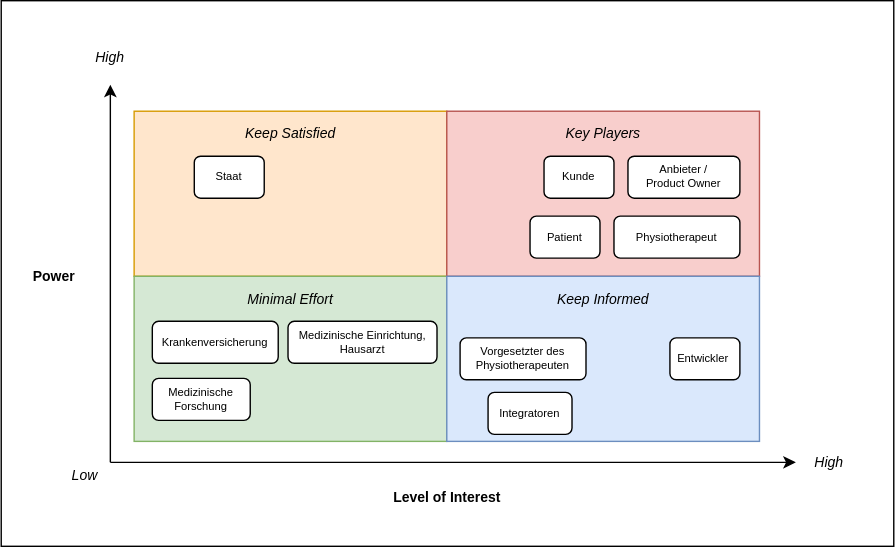
Earlier version of the draw.io export arc42_documentation/images/01_03_stakeholder-powergrid.drawio.svg (markuskaufmann/CAS_SA_Transfer). Source tidied: cells renumbered, new cells last; positions are measured from the earlier drawing's top-left corner, leaving out a move shared by most shapes. The source it was exported from:
```xml
<mxGraphModel>
  <root>
    <mxCell id="0" />
    <mxCell id="1" parent="0" />
    <mxCell id="2" style="rounded=0;whiteSpace=wrap;html=1;fontSize=10;" parent="1" vertex="1">
      <mxGeometry width="638" height="390" as="geometry" />
    </mxCell>
    <mxCell id="3" style="group;" parent="1" vertex="1">
      <mxGeometry x="8" y="25" width="609" height="345" as="geometry" />
    </mxCell>
    <mxCell id="4" style="endArrow=classic;html=1;rounded=0;strokeWidth=1;startArrow=none;startFill=0;endFill=1;" parent="3" edge="1">
      <mxGeometry relative="1" as="geometry">
        <mxPoint x="70" y="305" as="sourcePoint" />
        <mxPoint x="70" y="35" as="targetPoint" />
      </mxGeometry>
    </mxCell>
    <mxCell id="5" style="endArrow=classic;html=1;rounded=0;endFill=1;" parent="3" edge="1">
      <mxGeometry relative="1" as="geometry">
        <mxPoint x="70" y="305" as="sourcePoint" />
        <mxPoint x="560" y="305" as="targetPoint" />
      </mxGeometry>
    </mxCell>
    <mxCell id="6" value="Level of Interest" style="text;html=1;strokeColor=none;fillColor=none;align=center;verticalAlign=middle;whiteSpace=wrap;rounded=0;fontSize=10;fontStyle=1;" parent="3" vertex="1">
      <mxGeometry x="241.5" y="315" width="138" height="30" as="geometry" />
    </mxCell>
    <mxCell id="7" value="Power" style="text;html=1;strokeColor=none;fillColor=none;align=center;verticalAlign=middle;whiteSpace=wrap;rounded=0;fontSize=10;fontStyle=1;" parent="3" vertex="1">
      <mxGeometry y="157" width="60" height="30" as="geometry" />
    </mxCell>
    <mxCell id="8" value="Low" style="text;html=1;strokeColor=none;fillColor=none;align=center;verticalAlign=middle;whiteSpace=wrap;rounded=0;fontSize=10;fontStyle=2;" parent="3" vertex="1">
      <mxGeometry x="27" y="299" width="50" height="30" as="geometry" />
    </mxCell>
    <mxCell id="9" value="High" style="text;html=1;strokeColor=none;fillColor=none;align=center;verticalAlign=middle;whiteSpace=wrap;rounded=0;fontSize=10;fontStyle=2;" parent="3" vertex="1">
      <mxGeometry x="45" width="50" height="30" as="geometry" />
    </mxCell>
    <mxCell id="10" value="High" style="text;html=1;strokeColor=none;fillColor=none;align=center;verticalAlign=middle;whiteSpace=wrap;rounded=0;fontSize=10;fontStyle=2;" parent="3" vertex="1">
      <mxGeometry x="559" y="295" width="50" height="20" as="geometry" />
    </mxCell>
    <mxCell id="11" style="group;" parent="1" vertex="1">
      <mxGeometry x="95" y="79" width="473" height="236" as="geometry" />
    </mxCell>
    <mxCell id="12" style="rounded=0;whiteSpace=wrap;html=1;fillColor=#ffe6cc;strokeColor=#d79b00;" parent="11" vertex="1">
      <mxGeometry width="223.5" height="118" as="geometry" />
    </mxCell>
    <mxCell id="13" style="rounded=0;whiteSpace=wrap;html=1;fillColor=#d5e8d4;strokeColor=#82b366;" parent="11" vertex="1">
      <mxGeometry y="118" width="223.5" height="118" as="geometry" />
    </mxCell>
    <mxCell id="14" style="rounded=0;whiteSpace=wrap;html=1;fillColor=#f8cecc;strokeColor=#b85450;" parent="11" vertex="1">
      <mxGeometry x="223.5" width="223.5" height="118" as="geometry" />
    </mxCell>
    <mxCell id="15" style="rounded=0;whiteSpace=wrap;html=1;fillColor=#dae8fc;strokeColor=#6c8ebf;" parent="11" vertex="1">
      <mxGeometry x="223.5" y="118" width="223.5" height="118" as="geometry" />
    </mxCell>
    <mxCell id="16" value="Keep Satisfied" style="text;html=1;strokeColor=none;fillColor=none;align=center;verticalAlign=middle;whiteSpace=wrap;rounded=0;fontSize=10;fontStyle=2;" parent="11" vertex="1">
      <mxGeometry x="66.8" width="90" height="32.2" as="geometry" />
    </mxCell>
    <mxCell id="17" value="Key Players" style="text;html=1;strokeColor=none;fillColor=none;align=center;verticalAlign=middle;whiteSpace=wrap;rounded=0;fontSize=10;fontStyle=2;" parent="11" vertex="1">
      <mxGeometry x="297" width="76.5" height="32.2" as="geometry" />
    </mxCell>
    <mxCell id="18" value="Minimal Effort" style="text;html=1;strokeColor=none;fillColor=none;align=center;verticalAlign=middle;whiteSpace=wrap;rounded=0;fontSize=10;fontStyle=2;" parent="11" vertex="1">
      <mxGeometry x="68" y="118" width="87.5" height="32.2" as="geometry" />
    </mxCell>
    <mxCell id="19" value="Keep Informed" style="text;html=1;strokeColor=none;fillColor=none;align=center;verticalAlign=middle;whiteSpace=wrap;rounded=0;fontSize=10;fontStyle=2;" parent="11" vertex="1">
      <mxGeometry x="292" y="118" width="86.5" height="32.2" as="geometry" />
    </mxCell>
    <mxCell id="20" value="Physiotherapeut" style="rounded=1;fontSize=8;html=1;whiteSpace=wrap;" parent="11" vertex="1">
      <mxGeometry x="343" y="75" width="90" height="30" as="geometry" />
    </mxCell>
    <mxCell id="21" value="Kunde" style="rounded=1;fontSize=8;html=1;whiteSpace=wrap;" parent="11" vertex="1">
      <mxGeometry x="293" y="32.2" width="50" height="30" as="geometry" />
    </mxCell>
    <mxCell id="22" value="Vorgesetzter des&lt;br&gt;Physiotherapeuten" style="rounded=1;fontSize=8;html=1;whiteSpace=wrap;" parent="11" vertex="1">
      <mxGeometry x="233" y="162" width="90" height="30" as="geometry" />
    </mxCell>
    <mxCell id="23" value="Staat" style="rounded=1;fontSize=8;html=1;whiteSpace=wrap;" parent="11" vertex="1">
      <mxGeometry x="43" y="32.2" width="50" height="30" as="geometry" />
    </mxCell>
    <mxCell id="24" value="Krankenversicherung" style="rounded=1;fontSize=8;html=1;whiteSpace=wrap;" parent="11" vertex="1">
      <mxGeometry x="13" y="150.2" width="90" height="30" as="geometry" />
    </mxCell>
    <mxCell id="25" value="Medizinische&lt;br&gt;Forschung" style="rounded=1;fontSize=8;html=1;whiteSpace=wrap;" parent="11" vertex="1">
      <mxGeometry x="13" y="191" width="70" height="30" as="geometry" />
    </mxCell>
    <mxCell id="26" value="Entwickler " style="rounded=1;fontSize=8;html=1;whiteSpace=wrap;" parent="11" vertex="1">
      <mxGeometry x="383" y="162" width="50" height="30" as="geometry" />
    </mxCell>
    <mxCell id="27" value="Integratoren" style="rounded=1;fontSize=8;html=1;whiteSpace=wrap;" parent="11" vertex="1">
      <mxGeometry x="253" y="201" width="60" height="30" as="geometry" />
    </mxCell>
    <mxCell id="28" value="Anbieter /&lt;br&gt;Product Owner" style="rounded=1;fontSize=8;html=1;whiteSpace=wrap;" parent="11" vertex="1">
      <mxGeometry x="353" y="32.2" width="80" height="30" as="geometry" />
    </mxCell>
    <mxCell id="29" value="Patient" style="rounded=1;fontSize=8;html=1;whiteSpace=wrap;" parent="11" vertex="1">
      <mxGeometry x="283" y="75" width="50" height="30" as="geometry" />
    </mxCell>
    <mxCell id="30" value="Medizinische Einrichtung,&lt;br&gt;Hausarzt" style="rounded=1;fontSize=8;html=1;whiteSpace=wrap;" parent="11" vertex="1">
      <mxGeometry x="110" y="150.2" width="106.5" height="30" as="geometry" />
    </mxCell>
  </root>
</mxGraphModel>
```
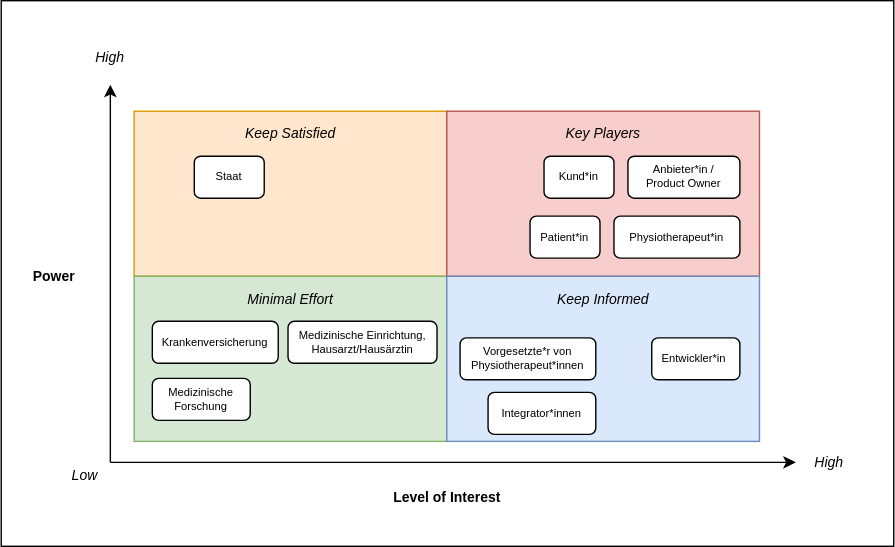
The same file after the commit.

Commit message:
Fix gendering for stakeholders (incl. powergrid)

What changed in the source:
```diff
@@ -62,14 +62,14 @@
     <mxCell id="19" value="Keep Informed" style="text;html=1;strokeColor=none;fillColor=none;align=center;verticalAlign=middle;whiteSpace=wrap;rounded=0;fontSize=10;fontStyle=2;" parent="11" vertex="1">
       <mxGeometry x="292" y="118" width="86.5" height="32.2" as="geometry" />
     </mxCell>
-    <mxCell id="20" value="Physiotherapeut" style="rounded=1;fontSize=8;html=1;whiteSpace=wrap;" parent="11" vertex="1">
+    <mxCell id="20" value="Physiotherapeut*in" style="rounded=1;fontSize=8;html=1;whiteSpace=wrap;" parent="11" vertex="1">
       <mxGeometry x="343" y="75" width="90" height="30" as="geometry" />
     </mxCell>
-    <mxCell id="21" value="Kunde" style="rounded=1;fontSize=8;html=1;whiteSpace=wrap;" parent="11" vertex="1">
+    <mxCell id="21" value="Kund*in" style="rounded=1;fontSize=8;html=1;whiteSpace=wrap;" parent="11" vertex="1">
       <mxGeometry x="293" y="32.2" width="50" height="30" as="geometry" />
     </mxCell>
-    <mxCell id="22" value="Vorgesetzter des&lt;br&gt;Physiotherapeuten" style="rounded=1;fontSize=8;html=1;whiteSpace=wrap;" parent="11" vertex="1">
-      <mxGeometry x="233" y="162" width="90" height="30" as="geometry" />
+    <mxCell id="22" value="Vorgesetzte*r von&lt;br&gt;Physiotherapeut*innen" style="rounded=1;fontSize=8;html=1;whiteSpace=wrap;" parent="11" vertex="1">
+      <mxGeometry x="233" y="162" width="97" height="30" as="geometry" />
     </mxCell>
     <mxCell id="23" value="Staat" style="rounded=1;fontSize=8;html=1;whiteSpace=wrap;" parent="11" vertex="1">
       <mxGeometry x="43" y="32.2" width="50" height="30" as="geometry" />
@@ -80,19 +80,19 @@
     <mxCell id="25" value="Medizinische&lt;br&gt;Forschung" style="rounded=1;fontSize=8;html=1;whiteSpace=wrap;" parent="11" vertex="1">
       <mxGeometry x="13" y="191" width="70" height="30" as="geometry" />
     </mxCell>
-    <mxCell id="26" value="Entwickler " style="rounded=1;fontSize=8;html=1;whiteSpace=wrap;" parent="11" vertex="1">
-      <mxGeometry x="383" y="162" width="50" height="30" as="geometry" />
+    <mxCell id="26" value="Entwickler*in&amp;nbsp;" style="rounded=1;fontSize=8;html=1;whiteSpace=wrap;" parent="11" vertex="1">
+      <mxGeometry x="370" y="162" width="63" height="30" as="geometry" />
     </mxCell>
-    <mxCell id="27" value="Integratoren" style="rounded=1;fontSize=8;html=1;whiteSpace=wrap;" parent="11" vertex="1">
-      <mxGeometry x="253" y="201" width="60" height="30" as="geometry" />
+    <mxCell id="27" value="Integrator*innen" style="rounded=1;fontSize=8;html=1;whiteSpace=wrap;" parent="11" vertex="1">
+      <mxGeometry x="253" y="201" width="77" height="30" as="geometry" />
     </mxCell>
-    <mxCell id="28" value="Anbieter /&lt;br&gt;Product Owner" style="rounded=1;fontSize=8;html=1;whiteSpace=wrap;" parent="11" vertex="1">
+    <mxCell id="28" value="Anbieter*in /&lt;br&gt;Product Owner" style="rounded=1;fontSize=8;html=1;whiteSpace=wrap;" parent="11" vertex="1">
       <mxGeometry x="353" y="32.2" width="80" height="30" as="geometry" />
     </mxCell>
-    <mxCell id="29" value="Patient" style="rounded=1;fontSize=8;html=1;whiteSpace=wrap;" parent="11" vertex="1">
+    <mxCell id="29" value="Patient*in" style="rounded=1;fontSize=8;html=1;whiteSpace=wrap;" parent="11" vertex="1">
       <mxGeometry x="283" y="75" width="50" height="30" as="geometry" />
     </mxCell>
-    <mxCell id="30" value="Medizinische Einrichtung,&lt;br&gt;Hausarzt" style="rounded=1;fontSize=8;html=1;whiteSpace=wrap;" parent="11" vertex="1">
+    <mxCell id="30" value="Medizinische Einrichtung,&lt;br&gt;Hausarzt/Hausärztin" style="rounded=1;fontSize=8;html=1;whiteSpace=wrap;" parent="11" vertex="1">
       <mxGeometry x="110" y="150.2" width="106.5" height="30" as="geometry" />
     </mxCell>
   </root>
```
